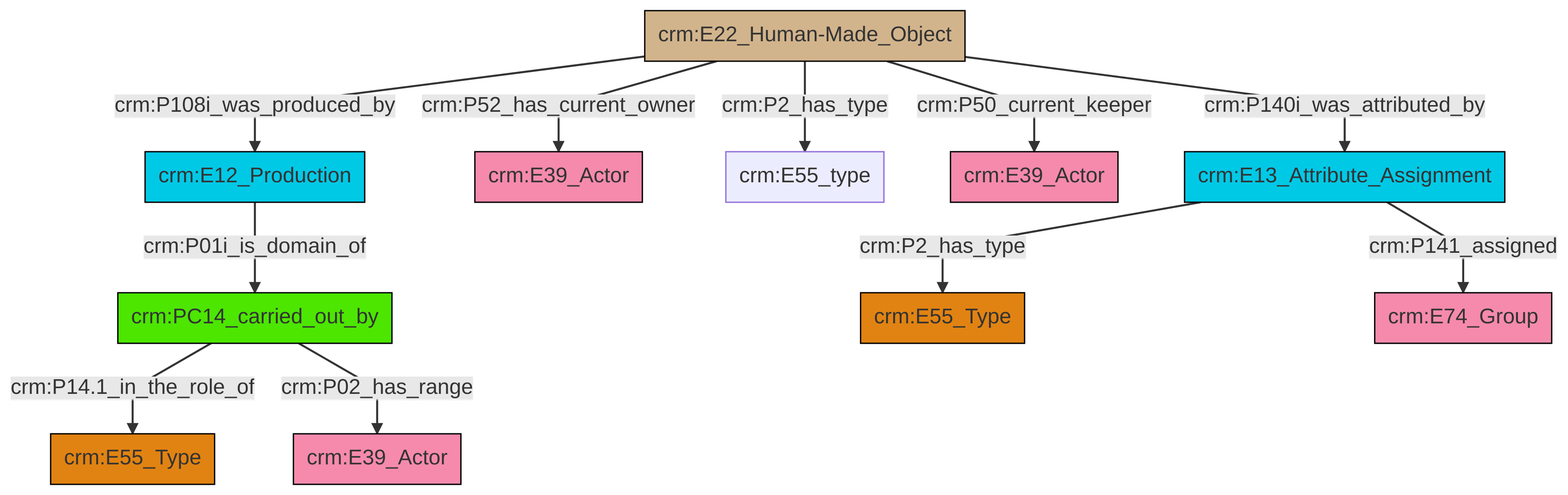
The Mermaid diagram et/artworkCSV/ttl/mmd/png/Artwork_Actor_Relations.png in swiss-art-research-net/reference-data-models, before a commit. Its source is kept beside it as et/artworkCSV/ttl/mmd/Artwork_Actor_Relations.ttl.mmd.
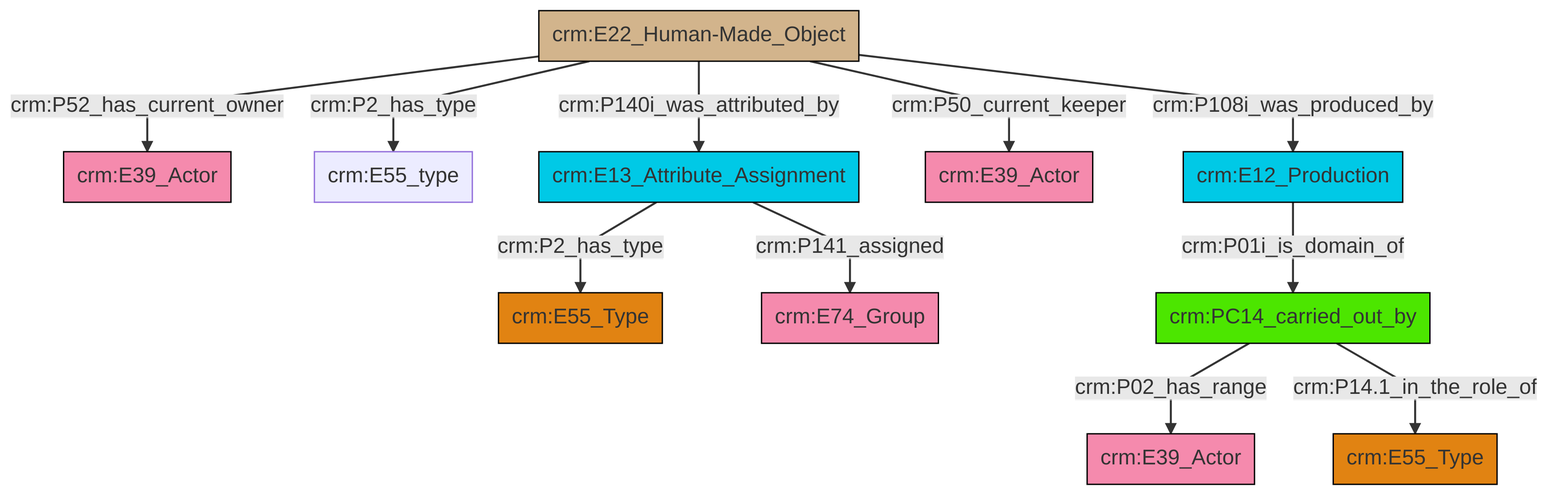
After the change.

Diff of the diagram source:
```diff
@@ -13,13 +13,13 @@
 classDef PC_Classes fill:#4ce600, stroke:#000000;
 classDef Multi fill:#cccccc,stroke:#000000;
 
-2["crm:E13_Attribute_Assignment"]:::Temporal_Entity -->|crm:P2_has_type| 0["crm:E55_Type"]:::Type
-5["crm:E22_Human-Made_Object"]:::Physical_Thing -->|crm:P108i_was_produced_by| 6["crm:E12_Production"]:::Temporal_Entity
-5["crm:E22_Human-Made_Object"]:::Physical_Thing -->|crm:P52_has_current_owner| 8["crm:E39_Actor"]:::Actor
-5["crm:E22_Human-Made_Object"]:::Physical_Thing -->|crm:P2_has_type| 10["crm:E55_type"]:::Default
-6["crm:E12_Production"]:::Temporal_Entity -->|crm:P01i_is_domain_of| 11["crm:PC14_carried_out_by"]:::PC_Classes
-11["crm:PC14_carried_out_by"]:::PC_Classes -->|crm:P14.1_in_the_role_of| 12["crm:E55_Type"]:::Type
-5["crm:E22_Human-Made_Object"]:::Physical_Thing -->|crm:P50_current_keeper| 3["crm:E39_Actor"]:::Actor
-5["crm:E22_Human-Made_Object"]:::Physical_Thing -->|crm:P140i_was_attributed_by| 2["crm:E13_Attribute_Assignment"]:::Temporal_Entity
-2["crm:E13_Attribute_Assignment"]:::Temporal_Entity -->|crm:P141_assigned| 17["crm:E74_Group"]:::Actor
-11["crm:PC14_carried_out_by"]:::PC_Classes -->|crm:P02_has_range| 20["crm:E39_Actor"]:::Actor
+2["crm:E22_Human-Made_Object"]:::Physical_Thing -->|crm:P52_has_current_owner| 3["crm:E39_Actor"]:::Actor
+4["crm:E13_Attribute_Assignment"]:::Temporal_Entity -->|crm:P2_has_type| 5["crm:E55_Type"]:::Type
+2["crm:E22_Human-Made_Object"]:::Physical_Thing -->|crm:P2_has_type| 0["crm:E55_type"]:::Default
+2["crm:E22_Human-Made_Object"]:::Physical_Thing -->|crm:P140i_was_attributed_by| 4["crm:E13_Attribute_Assignment"]:::Temporal_Entity
+10["crm:PC14_carried_out_by"]:::PC_Classes -->|crm:P02_has_range| 11["crm:E39_Actor"]:::Actor
+12["crm:E12_Production"]:::Temporal_Entity -->|crm:P01i_is_domain_of| 10["crm:PC14_carried_out_by"]:::PC_Classes
+2["crm:E22_Human-Made_Object"]:::Physical_Thing -->|crm:P50_current_keeper| 14["crm:E39_Actor"]:::Actor
+2["crm:E22_Human-Made_Object"]:::Physical_Thing -->|crm:P108i_was_produced_by| 12["crm:E12_Production"]:::Temporal_Entity
+4["crm:E13_Attribute_Assignment"]:::Temporal_Entity -->|crm:P141_assigned| 17["crm:E74_Group"]:::Actor
+10["crm:PC14_carried_out_by"]:::PC_Classes -->|crm:P14.1_in_the_role_of| 7["crm:E55_Type"]:::Type
```
